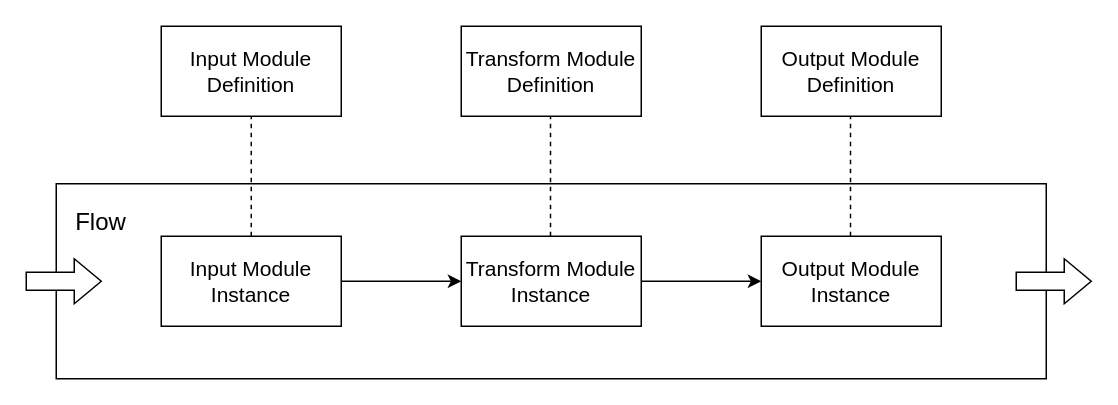
Before: page "Key Terms" (1 of 16) of 自助式接入.drawio in dophinlife/drawio, a draw.io diagram. Source tidied: cells renumbered, new cells numbered last; positions are measured from the earlier drawing's top-left corner, leaving out a move shared by most shapes. Both pictures are drawn from the tidied source at 150%, with x=0, y=0 at pixel (26, 26).
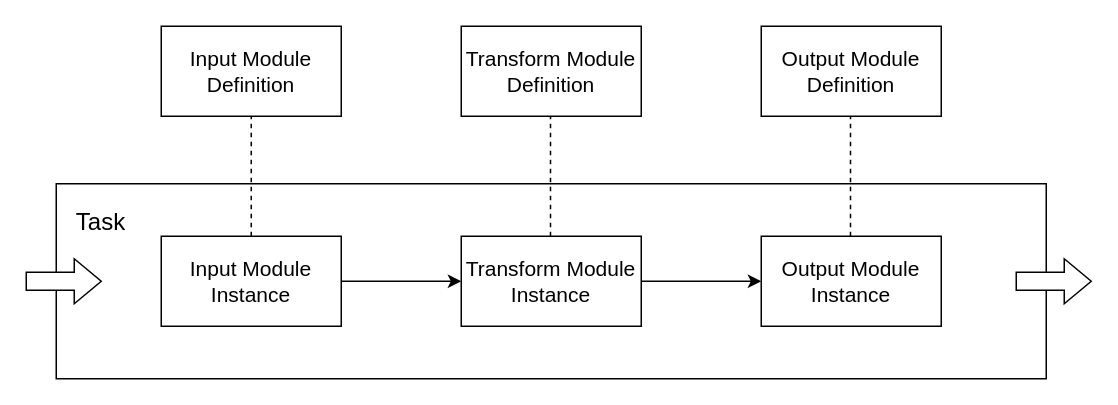
The same page after the edit.

Change to the diagram source:
```diff
@@
 <mxGraphModel>
   <root>
     <mxCell id="0" />
     <mxCell id="1" parent="0" />
     <mxCell id="2" style="rounded=0;whiteSpace=wrap;html=1;" parent="1" vertex="1">
       <mxGeometry x="20" y="105" width="660" height="130" as="geometry" />
     </mxCell>
     <mxCell id="3" style="edgeStyle=orthogonalEdgeStyle;rounded=0;jettySize=auto;html=1;" parent="1" edge="1" source="4" target="6">
       <mxGeometry relative="1" as="geometry" />
     </mxCell>
     <mxCell id="4" value="Input Module Instance" style="rounded=0;whiteSpace=wrap;html=1;fontSize=14;" parent="1" vertex="1">
       <mxGeometry x="90" y="140" width="120" height="60" as="geometry" />
     </mxCell>
     <mxCell id="5" style="edgeStyle=orthogonalEdgeStyle;rounded=0;jettySize=auto;html=1;" parent="1" edge="1" source="6" target="7">
       <mxGeometry relative="1" as="geometry" />
     </mxCell>
     <mxCell id="6" value="Transform Module Instance" style="rounded=0;whiteSpace=wrap;html=1;fontSize=14;" parent="1" vertex="1">
       <mxGeometry x="290" y="140" width="120" height="60" as="geometry" />
     </mxCell>
     <mxCell id="7" value="Output Module Instance" style="rounded=0;whiteSpace=wrap;html=1;fontSize=14;" parent="1" vertex="1">
       <mxGeometry x="490" y="140" width="120" height="60" as="geometry" />
     </mxCell>
-    <mxCell id="8" value="Flow" style="text;html=1;strokeColor=none;fillColor=none;align=center;verticalAlign=middle;whiteSpace=wrap;rounded=0;fontSize=16;" parent="1" vertex="1">
+    <mxCell id="8" value="Task" style="text;html=1;strokeColor=none;fillColor=none;align=center;verticalAlign=middle;whiteSpace=wrap;rounded=0;fontSize=16;" parent="1" vertex="1">
       <mxGeometry x="30" y="120" width="40" height="20" as="geometry" />
     </mxCell>
     <mxCell id="9" style="html=1;shadow=0;dashed=0;align=center;verticalAlign=middle;shape=mxgraph.arrows2.arrow;dy=0.6;dx=18;notch=0;fontSize=14;" parent="1" vertex="1">
       <mxGeometry y="155" width="50" height="30" as="geometry" />
     </mxCell>
     <mxCell id="10" style="html=1;shadow=0;dashed=0;align=center;verticalAlign=middle;shape=mxgraph.arrows2.arrow;dy=0.6;dx=18;notch=0;fontSize=14;" parent="1" vertex="1">
       <mxGeometry x="660" y="155" width="50" height="30" as="geometry" />
     </mxCell>
     <mxCell id="11" value="Input Module Definition" style="rounded=0;whiteSpace=wrap;html=1;fontSize=14;" parent="1" vertex="1">
       <mxGeometry x="90" width="120" height="60" as="geometry" />
     </mxCell>
     <mxCell id="12" value="Transform Module Definition" style="rounded=0;whiteSpace=wrap;html=1;fontSize=14;" parent="1" vertex="1">
       <mxGeometry x="290" width="120" height="60" as="geometry" />
     </mxCell>
     <mxCell id="13" value="Output Module Definition" style="rounded=0;whiteSpace=wrap;html=1;fontSize=14;" parent="1" vertex="1">
       <mxGeometry x="490" width="120" height="60" as="geometry" />
     </mxCell>
     <mxCell id="14" style="endArrow=none;dashed=1;html=1;fontSize=14;entryX=0.5;entryY=1;entryDx=0;entryDy=0;" parent="1" edge="1" source="4" target="11">
       <mxGeometry relative="1" as="geometry" />
     </mxCell>
     <mxCell id="15" style="endArrow=none;dashed=1;html=1;fontSize=14;entryX=0.5;entryY=1;entryDx=0;entryDy=0;" parent="1" edge="1">
       <mxGeometry relative="1" as="geometry">
         <mxPoint x="349.5" y="140" as="sourcePoint" />
         <mxPoint x="349.5" y="60" as="targetPoint" />
       </mxGeometry>
     </mxCell>
     <mxCell id="16" style="endArrow=none;dashed=1;html=1;fontSize=14;entryX=0.5;entryY=1;entryDx=0;entryDy=0;" parent="1" edge="1">
       <mxGeometry relative="1" as="geometry">
         <mxPoint x="549.5" y="140" as="sourcePoint" />
         <mxPoint x="549.5" y="60" as="targetPoint" />
       </mxGeometry>
     </mxCell>
   </root>
 </mxGraphModel>
```
